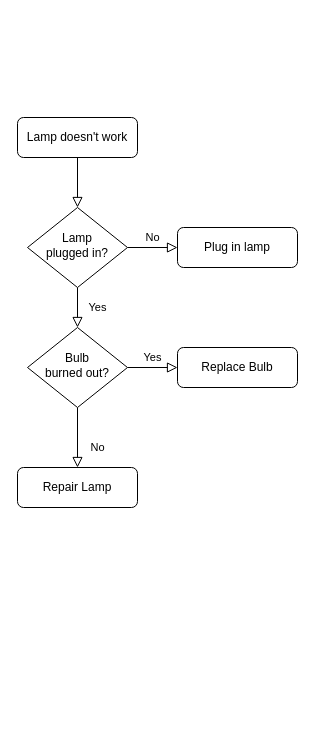
zhangge208/LearningJava keeps this draw.io diagram as hm-get.drawio. Above is the earlier version. Source tidied: cells renumbered, new cells numbered last; positions are measured from the earlier drawing's top-left corner, leaving out a move shared by most shapes. Both pictures are drawn from the tidied source at 100%, with x=0, y=0 at pixel (17, 117).
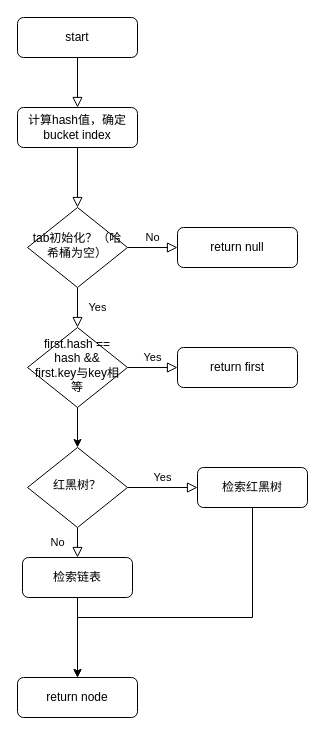
After the change.

What changed in the source:
```diff
@@
-    <mxCell id="2" style="rounded=0;html=1;jettySize=auto;fontSize=11;endArrow=block;endFill=0;endSize=8;strokeWidth=1;shadow=0;labelBackgroundColor=none;edgeStyle=orthogonalEdgeStyle;" parent="1" edge="1" source="3" target="6">
+    <mxCell id="2" style="rounded=0;html=1;jettySize=auto;fontSize=11;endArrow=block;endFill=0;endSize=8;strokeWidth=1;shadow=0;labelBackgroundColor=none;edgeStyle=orthogonalEdgeStyle;entryX=0.5;entryY=0;entryDx=0;entryDy=0;" parent="1" edge="1" source="3" target="14">
       <mxGeometry relative="1" as="geometry" />
     </mxCell>
-    <mxCell id="3" value="Lamp doesn't work" style="rounded=1;whiteSpace=wrap;html=1;fontSize=12;glass=0;strokeWidth=1;shadow=0;" parent="1" vertex="1">
-      <mxGeometry width="120" height="40" as="geometry" />
+    <mxCell id="3" value="start" style="rounded=1;whiteSpace=wrap;html=1;fontSize=12;glass=0;strokeWidth=1;shadow=0;" parent="1" vertex="1">
+      <mxGeometry y="-100" width="120" height="40" as="geometry" />
     </mxCell>
@@
-    <mxCell id="6" value="Lamp&lt;br&gt;plugged in?" style="rhombus;whiteSpace=wrap;html=1;shadow=0;fontFamily=Helvetica;fontSize=12;align=center;strokeWidth=1;spacing=6;spacingTop=-4;" parent="1" vertex="1">
+    <mxCell id="6" value="tab初始化？（哈希桶为空）" style="rhombus;whiteSpace=wrap;html=1;shadow=0;fontFamily=Helvetica;fontSize=12;align=center;strokeWidth=1;spacing=6;spacingTop=-4;" parent="1" vertex="1">
       <mxGeometry x="10" y="90" width="100" height="80" as="geometry" />
     </mxCell>
-    <mxCell id="7" value="Plug in lamp" style="rounded=1;whiteSpace=wrap;html=1;fontSize=12;glass=0;strokeWidth=1;shadow=0;" parent="1" vertex="1">
+    <mxCell id="7" value="return null" style="rounded=1;whiteSpace=wrap;html=1;fontSize=12;glass=0;strokeWidth=1;shadow=0;" parent="1" vertex="1">
       <mxGeometry x="160" y="110" width="120" height="40" as="geometry" />
     </mxCell>
-    <mxCell id="8" value="No" style="rounded=0;html=1;jettySize=auto;fontSize=11;endArrow=block;endFill=0;endSize=8;strokeWidth=1;shadow=0;labelBackgroundColor=none;edgeStyle=orthogonalEdgeStyle;" parent="1" edge="1" source="10" target="11">
-      <mxGeometry x="0.33" y="20" relative="1" as="geometry" />
-    </mxCell>
@@
-    <mxCell id="10" value="Bulb&lt;br&gt;burned out?" style="rhombus;whiteSpace=wrap;html=1;shadow=0;fontFamily=Helvetica;fontSize=12;align=center;strokeWidth=1;spacing=6;spacingTop=-4;" parent="1" vertex="1">
+    <mxCell id="10" value="first.hash == hash &amp;amp;&amp;amp; first.key与key相等" style="rhombus;whiteSpace=wrap;html=1;shadow=0;fontFamily=Helvetica;fontSize=12;align=center;strokeWidth=1;spacing=6;spacingTop=-4;" parent="1" vertex="1">
       <mxGeometry x="10" y="210" width="100" height="80" as="geometry" />
     </mxCell>
-    <mxCell id="11" value="Repair Lamp" style="rounded=1;whiteSpace=wrap;html=1;fontSize=12;glass=0;strokeWidth=1;shadow=0;" parent="1" vertex="1">
-      <mxGeometry y="350" width="120" height="40" as="geometry" />
+    <mxCell id="11" value="return node" style="rounded=1;whiteSpace=wrap;html=1;fontSize=12;glass=0;strokeWidth=1;shadow=0;" parent="1" vertex="1">
+      <mxGeometry y="560" width="120" height="40" as="geometry" />
     </mxCell>
-    <mxCell id="12" value="Replace Bulb" style="rounded=1;whiteSpace=wrap;html=1;fontSize=12;glass=0;strokeWidth=1;shadow=0;" parent="1" vertex="1">
+    <mxCell id="12" value="return first" style="rounded=1;whiteSpace=wrap;html=1;fontSize=12;glass=0;strokeWidth=1;shadow=0;" parent="1" vertex="1">
       <mxGeometry x="160" y="230" width="120" height="40" as="geometry" />
     </mxCell>
+    <mxCell id="13" style="rounded=0;html=1;jettySize=auto;fontSize=11;endArrow=block;endFill=0;endSize=8;strokeWidth=1;shadow=0;labelBackgroundColor=none;edgeStyle=orthogonalEdgeStyle;entryX=0.5;entryY=0;entryDx=0;entryDy=0;" parent="1" edge="1" source="14" target="6">
+      <mxGeometry relative="1" as="geometry" />
+    </mxCell>
+    <mxCell id="14" value="计算hash值，确定bucket index" style="rounded=1;whiteSpace=wrap;html=1;fontSize=12;glass=0;strokeWidth=1;shadow=0;" parent="1" vertex="1">
+      <mxGeometry y="-10" width="120" height="40" as="geometry" />
+    </mxCell>
+    <mxCell id="8" value="No" style="rounded=0;html=1;jettySize=auto;fontSize=11;endArrow=block;endFill=0;endSize=8;strokeWidth=1;shadow=0;labelBackgroundColor=none;edgeStyle=orthogonalEdgeStyle;entryX=0.5;entryY=0;entryDx=0;entryDy=0;" parent="1" edge="1" source="16" target="20">
+      <mxGeometry y="20" relative="1" as="geometry" />
+    </mxCell>
+    <mxCell id="15" value="Yes" style="edgeStyle=orthogonalEdgeStyle;rounded=0;html=1;jettySize=auto;fontSize=11;endArrow=block;endFill=0;endSize=8;strokeWidth=1;shadow=0;labelBackgroundColor=none;entryX=0;entryY=0.5;entryDx=0;entryDy=0;" parent="1" edge="1" source="16" target="18">
+      <mxGeometry y="10" relative="1" as="geometry" />
+    </mxCell>
+    <mxCell id="16" value="红黑树？" style="rhombus;whiteSpace=wrap;html=1;shadow=0;fontFamily=Helvetica;fontSize=12;align=center;strokeWidth=1;spacing=6;spacingTop=-4;" parent="1" vertex="1">
+      <mxGeometry x="10" y="330" width="100" height="80" as="geometry" />
+    </mxCell>
+    <mxCell id="17" style="endArrow=classic;html=1;rounded=0;exitX=0.5;exitY=1;exitDx=0;exitDy=0;entryX=0.5;entryY=0;entryDx=0;entryDy=0;" parent="1" edge="1" source="10" target="16">
+      <mxGeometry relative="1" as="geometry" />
+    </mxCell>
+    <mxCell id="18" value="检索红黑树" style="rounded=1;whiteSpace=wrap;html=1;fontSize=12;glass=0;strokeWidth=1;shadow=0;" parent="1" vertex="1">
+      <mxGeometry x="180" y="350" width="110" height="40" as="geometry" />
+    </mxCell>
+    <mxCell id="19" style="edgeStyle=orthogonalEdgeStyle;rounded=0;jettySize=auto;html=1;" parent="1" edge="1" source="20" target="11">
+      <mxGeometry relative="1" as="geometry" />
+    </mxCell>
+    <mxCell id="20" value="检索链表" style="rounded=1;whiteSpace=wrap;html=1;fontSize=12;glass=0;strokeWidth=1;shadow=0;" parent="1" vertex="1">
+      <mxGeometry x="5" y="440" width="110" height="40" as="geometry" />
+    </mxCell>
+    <mxCell id="21" style="endArrow=classic;html=1;rounded=0;exitX=0.5;exitY=1;exitDx=0;exitDy=0;entryX=0.5;entryY=0;entryDx=0;entryDy=0;" parent="1" edge="1" source="18" target="11">
+      <mxGeometry relative="1" as="geometry">
+        <Array as="points">
+          <mxPoint x="235" y="500" />
+          <mxPoint x="60" y="500" />
+        </Array>
+      </mxGeometry>
+    </mxCell>
```
